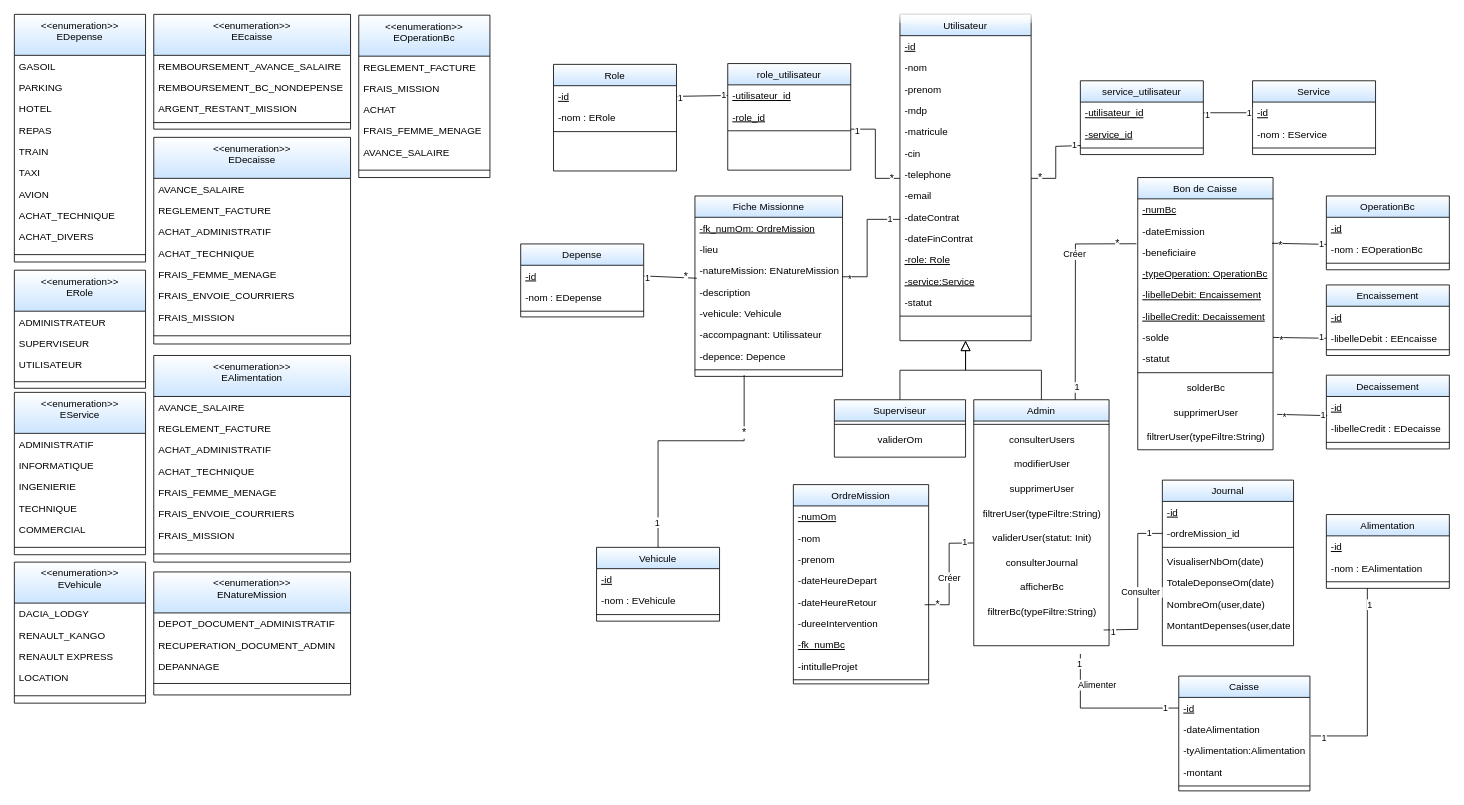
This is ClassDiagram.drawio from BARIGOU-Imane/Gestion-des-Ordres-de-Mission, a draw.io file, before an edit. Source tidied: cells renumbered, new cells numbered last; positions are measured from the earlier drawing's top-left corner, leaving out a move shared by most shapes. Both pictures are drawn from the tidied source at 82%, with x=0, y=0 at pixel (14, 14).
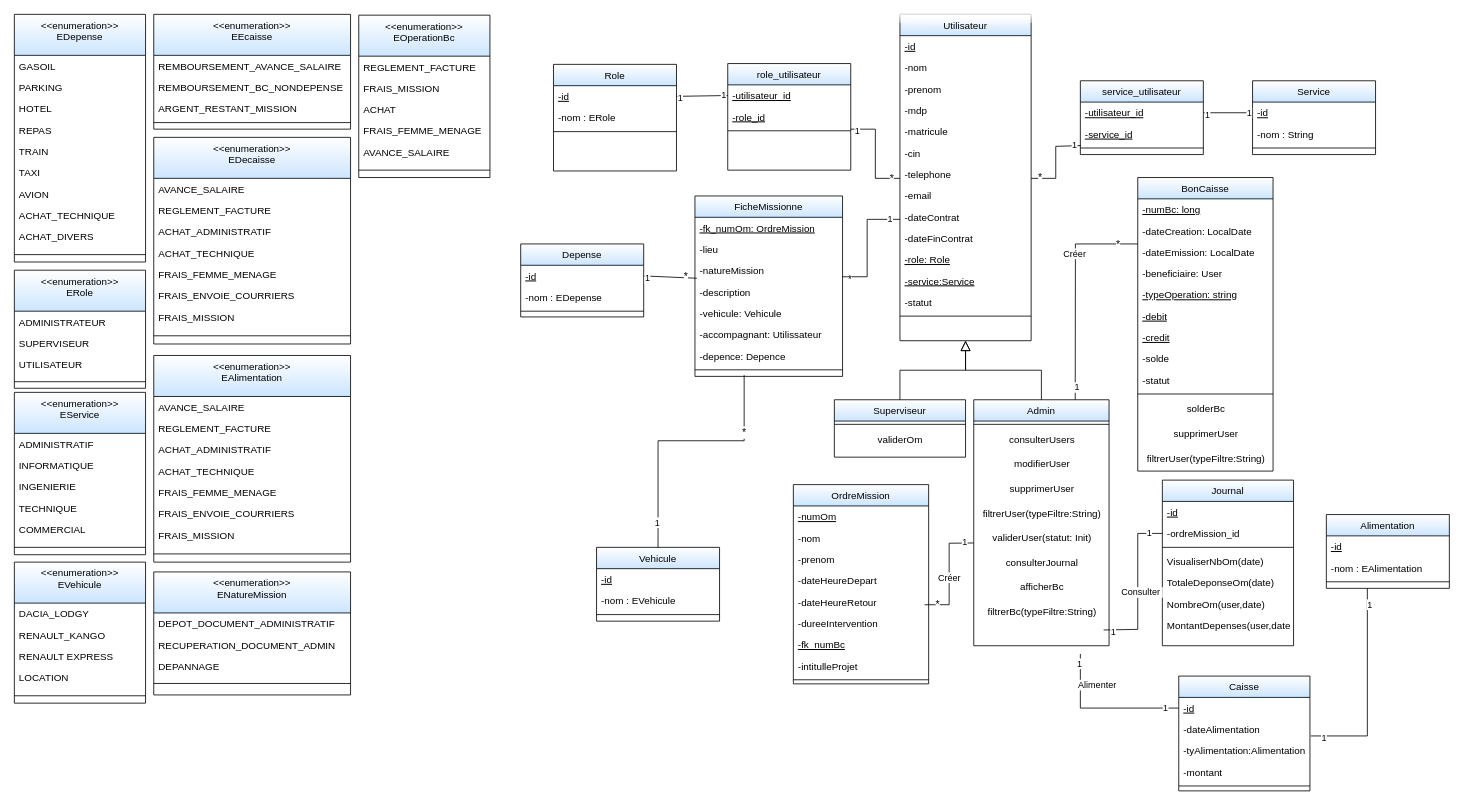
Above is the later version.

Commit message (it also covers changes not shown here):
Mettre à jour ClassDiagram.drawio

The change refers to these unchanged cells:
```xml
<mxCell id="22" value="Admin" style="swimlane;fontStyle=0;align=center;verticalAlign=top;horizontal=1;startSize=26;rounded=0;shadow=0;strokeWidth=1;gradientColor=#CCE5FF;" parent="1" vertex="1">
  <mxGeometry x="1170" y="470" width="165" height="300" as="geometry" />
</mxCell>
<mxCell id="52" value="Service" style="swimlane;fontStyle=0;align=center;verticalAlign=top;horizontal=1;startSize=26;rounded=0;shadow=0;strokeWidth=1;gradientColor=#CCE5FF;" parent="1" vertex="1">
  <mxGeometry x="1510" y="81" width="150" height="90" as="geometry" />
</mxCell>
```

Diff of the diagram source:
```diff
@@
-    <mxCell id="54" value="-nom : EService" style="text;align=left;verticalAlign=top;spacingLeft=4;spacingRight=4;overflow=hidden;rounded=0;shadow=0;html=0;" parent="52" vertex="1">
+    <mxCell id="54" value="-nom : String" style="text;align=left;verticalAlign=top;spacingLeft=4;spacingRight=4;overflow=hidden;rounded=0;shadow=0;html=0;" parent="52" vertex="1">
       <mxGeometry y="52" width="150" height="26" as="geometry" />
     </mxCell>
@@
-    <mxCell id="85" value="Bon de Caisse" style="swimlane;fontStyle=0;align=center;verticalAlign=top;horizontal=1;startSize=26;rounded=0;shadow=0;strokeWidth=1;gradientColor=#CCE5FF;" parent="1" vertex="1">
-      <mxGeometry x="1370" y="199" width="165" height="332" as="geometry" />
+    <mxCell id="85" value="BonCaisse" style="swimlane;fontStyle=0;align=center;verticalAlign=top;horizontal=1;startSize=26;rounded=0;shadow=0;strokeWidth=1;gradientColor=#CCE5FF;" parent="1" vertex="1">
+      <mxGeometry x="1370" y="199" width="165" height="358" as="geometry" />
     </mxCell>
-    <mxCell id="86" value="-numBc" style="text;align=left;verticalAlign=top;spacingLeft=4;spacingRight=4;overflow=hidden;fontStyle=4;" parent="85" vertex="1">
+    <mxCell id="86" value="-numBc: long" style="text;align=left;verticalAlign=top;spacingLeft=4;spacingRight=4;overflow=hidden;fontStyle=4;" parent="85" vertex="1">
       <mxGeometry y="26" width="165" height="26" as="geometry" />
     </mxCell>
-    <mxCell id="87" value="-dateEmission" style="text;align=left;verticalAlign=top;spacingLeft=4;spacingRight=4;overflow=hidden;" parent="85" vertex="1">
+    <mxCell id="87" value="-dateCreation: LocalDate" style="text;align=left;verticalAlign=top;spacingLeft=4;spacingRight=4;overflow=hidden;" parent="85" vertex="1">
       <mxGeometry y="52" width="165" height="26" as="geometry" />
     </mxCell>
+    <mxCell id="232" value="-dateEmission: LocalDate" style="text;align=left;verticalAlign=top;spacingLeft=4;spacingRight=4;overflow=hidden;" parent="85" vertex="1">
+      <mxGeometry y="78" width="165" height="26" as="geometry" />
+    </mxCell>
-    <mxCell id="88" value="-beneficiaire" style="text;align=left;verticalAlign=top;spacingLeft=4;spacingRight=4;overflow=hidden;points=[[0,0.5],[1,0.5]];portConstraint=eastwest;" parent="85" vertex="1">
-      <mxGeometry y="78" width="165" height="26" as="geometry" />
+    <mxCell id="88" value="-beneficiaire: User" style="text;align=left;verticalAlign=top;spacingLeft=4;spacingRight=4;overflow=hidden;points=[[0,0.5],[1,0.5]];portConstraint=eastwest;" parent="85" vertex="1">
+      <mxGeometry y="104" width="165" height="26" as="geometry" />
     </mxCell>
-    <mxCell id="89" value="-typeOperation: OperationBc" style="text;align=left;verticalAlign=top;spacingLeft=4;spacingRight=4;overflow=hidden;fontStyle=4;" parent="85" vertex="1">
-      <mxGeometry y="104" width="165" height="26" as="geometry" />
+    <mxCell id="89" value="-typeOperation: string" style="text;align=left;verticalAlign=top;spacingLeft=4;spacingRight=4;overflow=hidden;fontStyle=4;" parent="85" vertex="1">
+      <mxGeometry y="130" width="165" height="26" as="geometry" />
     </mxCell>
-    <mxCell id="90" value="-libelleDebit: Encaissement" style="text;align=left;verticalAlign=top;spacingLeft=4;spacingRight=4;overflow=hidden;fontStyle=4;" parent="85" vertex="1">
-      <mxGeometry y="130" width="165" height="26" as="geometry" />
+    <mxCell id="90" value="-debit" style="text;align=left;verticalAlign=top;spacingLeft=4;spacingRight=4;overflow=hidden;fontStyle=4;" parent="85" vertex="1">
+      <mxGeometry y="156" width="165" height="26" as="geometry" />
     </mxCell>
-    <mxCell id="91" value="-libelleCredit: Decaissement" style="text;align=left;verticalAlign=top;spacingLeft=4;spacingRight=4;overflow=hidden;fontStyle=4;" parent="85" vertex="1">
-      <mxGeometry y="156" width="165" height="26" as="geometry" />
+    <mxCell id="91" value="-credit" style="text;align=left;verticalAlign=top;spacingLeft=4;spacingRight=4;overflow=hidden;fontStyle=4;" parent="85" vertex="1">
+      <mxGeometry y="182" width="165" height="26" as="geometry" />
     </mxCell>
     <mxCell id="92" value="-solde" style="text;align=left;verticalAlign=top;spacingLeft=4;spacingRight=4;overflow=hidden;points=[[0,0.5],[1,0.5]];portConstraint=eastwest;" parent="85" vertex="1">
-      <mxGeometry y="182" width="165" height="26" as="geometry" />
+      <mxGeometry y="208" width="165" height="26" as="geometry" />
     </mxCell>
     <mxCell id="93" value="-statut" style="text;align=left;verticalAlign=top;spacingLeft=4;spacingRight=4;overflow=hidden;" parent="85" vertex="1">
-      <mxGeometry y="208" width="165" height="26" as="geometry" />
+      <mxGeometry y="234" width="165" height="26" as="geometry" />
     </mxCell>
     <mxCell id="94" style="line;html=1;strokeWidth=1;align=left;verticalAlign=middle;spacingTop=-1;spacingLeft=3;spacingRight=3;labelPosition=right;" parent="85" vertex="1">
-      <mxGeometry y="234" width="165" height="8" as="geometry" />
+      <mxGeometry y="260" width="165" height="8" as="geometry" />
     </mxCell>
     <mxCell id="95" value="solderBc" style="text;html=1;align=center;verticalAlign=middle;strokeColor=none;fillColor=none;" parent="85" vertex="1">
-      <mxGeometry y="242" width="165" height="30" as="geometry" />
+      <mxGeometry y="268" width="165" height="30" as="geometry" />
     </mxCell>
     <mxCell id="96" value="supprimerUser" style="text;html=1;align=center;verticalAlign=middle;points=[];strokeColor=none;fillColor=none;" parent="85" vertex="1">
-      <mxGeometry y="272" width="165" height="30" as="geometry" />
+      <mxGeometry y="298" width="165" height="30" as="geometry" />
     </mxCell>
     <mxCell id="97" value="filtrerUser(typeFiltre:String)" style="text;html=1;align=center;verticalAlign=middle;strokeColor=none;fillColor=none;" parent="85" vertex="1">
-      <mxGeometry y="302" width="165" height="30" as="geometry" />
+      <mxGeometry y="328" width="165" height="30" as="geometry" />
     </mxCell>
-    <mxCell id="98" style="endArrow=none;html=1;rounded=0;entryX=-0.01;entryY=0.106;entryDx=0;entryDy=0;entryPerimeter=0;exitX=0.75;exitY=0;exitDx=0;exitDy=0;" parent="1" edge="1" source="22" target="88">
+    <mxCell id="98" style="endArrow=none;html=1;rounded=0;exitX=0.75;exitY=0;exitDx=0;exitDy=0;" parent="1" edge="1" source="22">
       <mxGeometry relative="1" as="geometry">
+        <mxPoint x="1370" y="280" as="targetPoint" />
         <Array as="points">
           <mxPoint x="1294" y="280" />
         </Array>
       </mxGeometry>
     </mxCell>
@@
-    <mxCell id="102" value="OperationBc" style="swimlane;fontStyle=0;align=center;verticalAlign=top;horizontal=1;startSize=26;rounded=0;shadow=0;strokeWidth=1;fillColor=default;gradientColor=#CCE5FF;" parent="1" vertex="1">
-      <mxGeometry x="1600" y="221.5" width="150" height="90" as="geometry" />
-    </mxCell>
-    <mxCell id="103" value="-id" style="text;align=left;verticalAlign=top;spacingLeft=4;spacingRight=4;overflow=hidden;fontStyle=4;" parent="102" vertex="1">
-      <mxGeometry y="26" width="150" height="26" as="geometry" />
-    </mxCell>
-    <mxCell id="104" value="-nom : EOperationBc" style="text;align=left;verticalAlign=top;spacingLeft=4;spacingRight=4;overflow=hidden;points=[[0,0.5],[1,0.5]];portConstraint=eastwest;rounded=0;shadow=0;html=0;" parent="102" vertex="1">
-      <mxGeometry y="52" width="150" height="26" as="geometry" />
-    </mxCell>
-    <mxCell id="105" style="line;html=1;strokeWidth=1;align=left;verticalAlign=middle;spacingTop=-1;spacingLeft=3;spacingRight=3;labelPosition=right;" parent="102" vertex="1">
-      <mxGeometry y="78" width="150" height="8" as="geometry" />
-    </mxCell>
@@
-    <mxCell id="113" style="endArrow=none;html=1;rounded=0;exitX=0.992;exitY=0.084;exitDx=0;exitDy=0;exitPerimeter=0;entryX=0;entryY=0.269;entryDx=0;entryDy=0;entryPerimeter=0;" parent="1" edge="1" source="88" target="104">
-      <mxGeometry relative="1" as="geometry" />
-    </mxCell>
-    <mxCell id="114" value="1" style="edgeLabel;html=1;align=center;verticalAlign=middle;" parent="113" vertex="1">
-      <mxGeometry x="0.82" y="-2" relative="1" as="geometry">
-        <mxPoint y="-3" as="offset" />
-      </mxGeometry>
-    </mxCell>
-    <mxCell id="115" value="&lt;font style=&quot;font-size: 13px;&quot;&gt;*&lt;/font&gt;" style="edgeLabel;html=1;align=center;verticalAlign=middle;" parent="113" vertex="1">
-      <mxGeometry x="-0.7" y="-2" relative="1" as="geometry" />
-    </mxCell>
-    <mxCell id="116" value="Encaissement" style="swimlane;fontStyle=0;align=center;verticalAlign=top;horizontal=1;startSize=26;rounded=0;shadow=0;strokeWidth=1;fillColor=default;gradientColor=#CCE5FF;" parent="1" vertex="1">
-      <mxGeometry x="1600" y="330" width="150" height="86" as="geometry" />
-    </mxCell>
-    <mxCell id="117" value="-id" style="text;align=left;verticalAlign=top;spacingLeft=4;spacingRight=4;overflow=hidden;fontStyle=4;" parent="116" vertex="1">
-      <mxGeometry y="26" width="150" height="26" as="geometry" />
-    </mxCell>
-    <mxCell id="118" value="-libelleDebit : EEncaisse" style="text;align=left;verticalAlign=top;spacingLeft=4;spacingRight=4;overflow=hidden;points=[[0,0.5],[1,0.5]];portConstraint=eastwest;rounded=0;shadow=0;html=0;" parent="116" vertex="1">
-      <mxGeometry y="52" width="150" height="26" as="geometry" />
-    </mxCell>
-    <mxCell id="119" style="line;html=1;strokeWidth=1;align=left;verticalAlign=middle;spacingTop=-1;spacingLeft=3;spacingRight=3;labelPosition=right;" parent="116" vertex="1">
-      <mxGeometry y="78" width="150" height="2" as="geometry" />
-    </mxCell>
@@
-    <mxCell id="134" value="Decaissement" style="swimlane;fontStyle=0;align=center;verticalAlign=top;horizontal=1;startSize=26;rounded=0;shadow=0;strokeWidth=1;gradientColor=#CCE5FF;" parent="1" vertex="1">
-      <mxGeometry x="1600" y="440" width="150" height="90" as="geometry" />
-    </mxCell>
-    <mxCell id="135" value="-id" style="text;align=left;verticalAlign=top;spacingLeft=4;spacingRight=4;overflow=hidden;fontStyle=4;fillColor=none;gradientColor=none;" parent="134" vertex="1">
-      <mxGeometry y="26" width="150" height="26" as="geometry" />
-    </mxCell>
-    <mxCell id="136" value="-libelleCredit : EDecaisse" style="text;align=left;verticalAlign=top;spacingLeft=4;spacingRight=4;overflow=hidden;points=[[0,0.5],[1,0.5]];portConstraint=eastwest;rounded=0;shadow=0;html=0;" parent="134" vertex="1">
-      <mxGeometry y="52" width="150" height="26" as="geometry" />
-    </mxCell>
-    <mxCell id="137" style="line;html=1;strokeWidth=1;align=left;verticalAlign=middle;spacingTop=-1;spacingLeft=3;spacingRight=3;labelPosition=right;" parent="134" vertex="1">
-      <mxGeometry y="78" width="150" height="8" as="geometry" />
-    </mxCell>
-    <mxCell id="138" style="endArrow=none;html=1;rounded=0;entryX=0;entryY=0.5;entryDx=0;entryDy=0;exitX=1;exitY=0.5;exitDx=0;exitDy=0;" parent="1" edge="1" source="92" target="118">
-      <mxGeometry relative="1" as="geometry" />
-    </mxCell>
-    <mxCell id="139" value="1" style="edgeLabel;html=1;align=center;verticalAlign=middle;" parent="138" vertex="1">
-      <mxGeometry x="0.82" y="-2" relative="1" as="geometry">
-        <mxPoint y="-3" as="offset" />
-      </mxGeometry>
-    </mxCell>
-    <mxCell id="140" value="&lt;font style=&quot;font-size: 13px;&quot;&gt;*&lt;/font&gt;" style="edgeLabel;html=1;align=center;verticalAlign=middle;" parent="138" vertex="1">
-      <mxGeometry x="-0.7" y="-2" relative="1" as="geometry" />
-    </mxCell>
-    <mxCell id="141" style="endArrow=none;html=1;rounded=0;entryX=0.007;entryY=-0.101;entryDx=0;entryDy=0;exitX=1.03;exitY=0.56;exitDx=0;exitDy=0;exitPerimeter=0;entryPerimeter=0;" parent="1" edge="1" source="96" target="136">
-      <mxGeometry relative="1" as="geometry" />
-    </mxCell>
-    <mxCell id="142" value="1" style="edgeLabel;html=1;align=center;verticalAlign=middle;" parent="141" vertex="1">
-      <mxGeometry x="0.82" y="-2" relative="1" as="geometry">
-        <mxPoint y="-3" as="offset" />
-      </mxGeometry>
-    </mxCell>
-    <mxCell id="143" value="&lt;font style=&quot;font-size: 13px;&quot;&gt;*&lt;/font&gt;" style="edgeLabel;html=1;align=center;verticalAlign=middle;" parent="141" vertex="1">
-      <mxGeometry x="-0.7" y="-2" relative="1" as="geometry" />
-    </mxCell>
@@
-    <mxCell id="184" value="Fiche Missionne" style="swimlane;fontStyle=0;align=center;verticalAlign=top;horizontal=1;startSize=26;rounded=0;shadow=0;strokeWidth=1;gradientColor=#CCE5FF;" parent="1" vertex="1">
+    <mxCell id="184" value="FicheMissionne" style="swimlane;fontStyle=0;align=center;verticalAlign=top;horizontal=1;startSize=26;rounded=0;shadow=0;strokeWidth=1;gradientColor=#CCE5FF;" parent="1" vertex="1">
       <mxGeometry x="830" y="221.5" width="180" height="220" as="geometry" />
     </mxCell>
@@
-    <mxCell id="187" value="-natureMission: ENatureMission" style="text;align=left;verticalAlign=top;spacingLeft=4;spacingRight=4;overflow=hidden;" parent="184" vertex="1">
+    <mxCell id="187" value="-natureMission" style="text;align=left;verticalAlign=top;spacingLeft=4;spacingRight=4;overflow=hidden;" parent="184" vertex="1">
       <mxGeometry y="78" width="180" height="26" as="geometry" />
     </mxCell>
```
